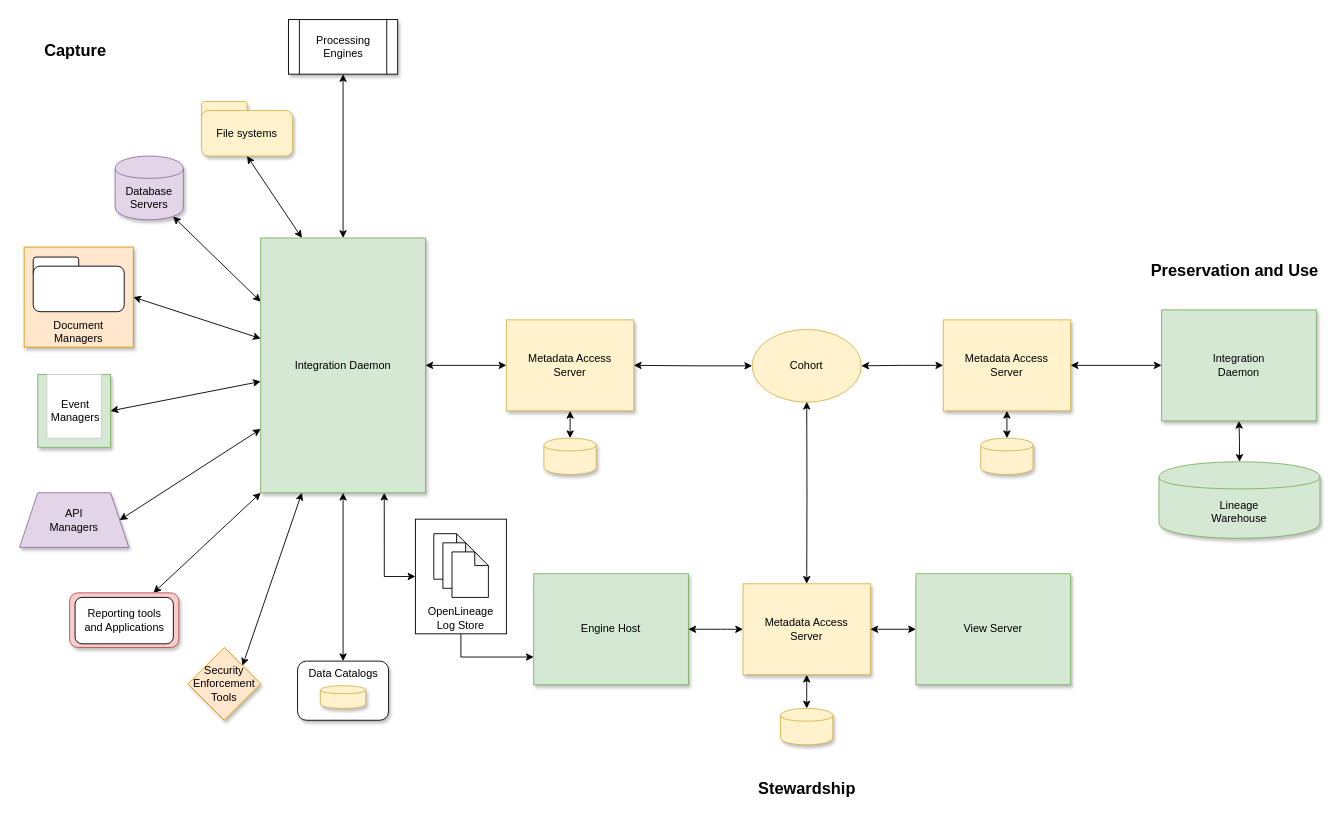
This is page "architecture" (2 of 12) of site/docs/features/lineage-management/lineage.drawio from odpi/egeria-docs, a draw.io file, before an edit. Source tidied: cells renumbered, new cells numbered last; positions are measured from the earlier drawing's top-left corner, leaving out a move shared by most shapes. Both pictures are drawn from the tidied source at 91%, with x=0, y=0 at pixel (19, 19).
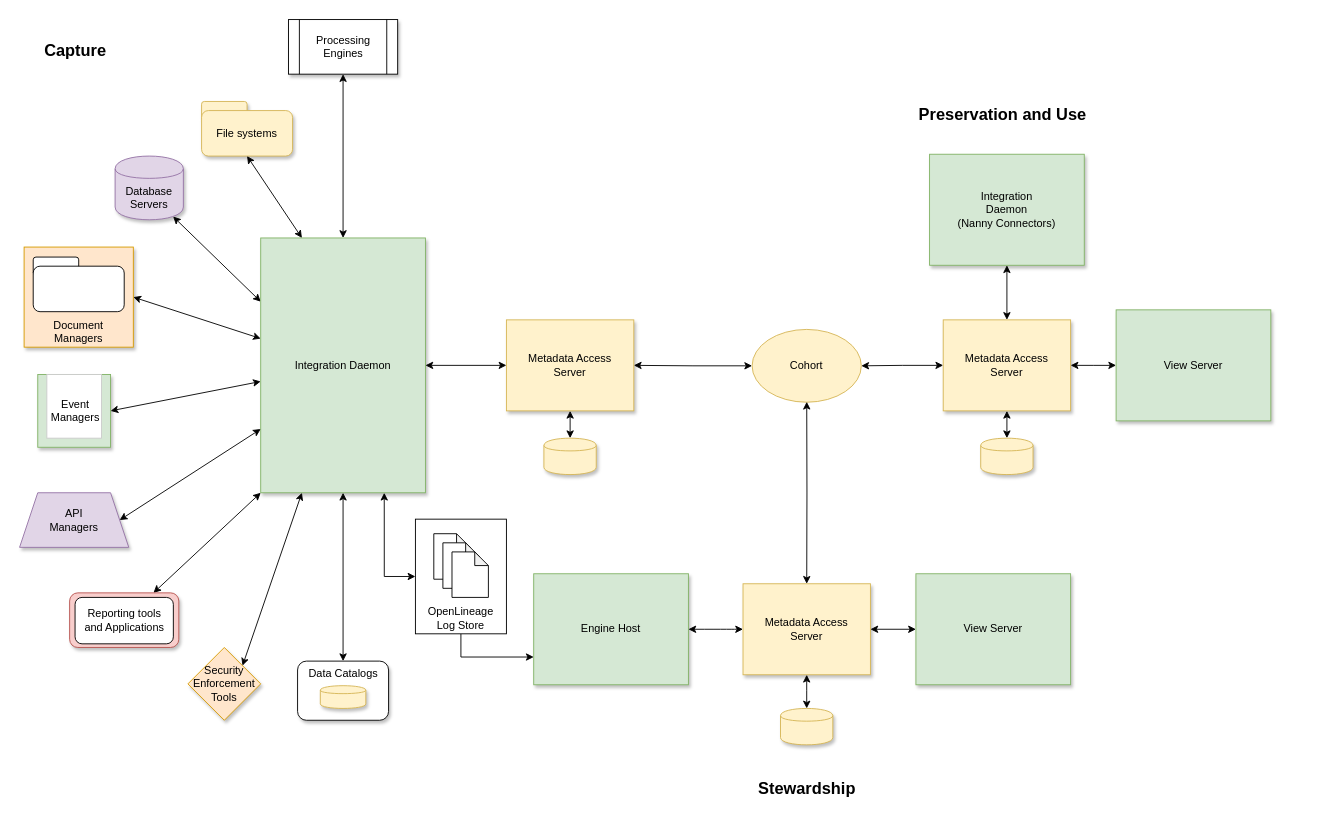
Above is the later version.

Change to the diagram source:
```diff
@@
-    <mxCell id="43" value="Integration&lt;div&gt;Daemon&lt;/div&gt;" style="rounded=0;whiteSpace=wrap;html=1;verticalAlign=middle;fillColor=#d5e8d4;strokeColor=#82b366;shadow=1;" parent="1" vertex="1">
-      <mxGeometry x="1255" y="319" width="170" height="122" as="geometry" />
+    <mxCell id="43" value="Integration&lt;div&gt;Daemon&lt;/div&gt;&lt;div&gt;(Nanny Connectors)&lt;/div&gt;" style="rounded=0;whiteSpace=wrap;html=1;verticalAlign=middle;fillColor=#d5e8d4;strokeColor=#82b366;shadow=1;" parent="1" vertex="1">
+      <mxGeometry x="1000" y="148" width="170" height="122" as="geometry" />
     </mxCell>
-    <mxCell id="44" style="edgeStyle=orthogonalEdgeStyle;rounded=0;jettySize=auto;html=1;entryX=0.5;entryY=1;entryDx=0;entryDy=0;startArrow=classic;startFill=1;" parent="1" edge="1" source="45">
-      <mxGeometry relative="1" as="geometry">
-        <mxPoint x="1340" y="441" as="targetPoint" />
-      </mxGeometry>
-    </mxCell>
-    <mxCell id="45" value="Lineage&lt;div&gt;Warehouse&lt;/div&gt;" style="shape=cylinder;whiteSpace=wrap;html=1;boundedLbl=1;backgroundOutline=1;fillColor=#d5e8d4;strokeColor=#82b366;shadow=1;" parent="1" vertex="1">
-      <mxGeometry x="1252.1" y="486" width="176.9" height="84" as="geometry" />
-    </mxCell>
@@
     <mxCell id="54" value="Preservation and Use" style="text;html=1;align=center;verticalAlign=middle;strokeColor=none;fontSize=18;fontStyle=1;" parent="1" vertex="1">
-      <mxGeometry x="1235" y="261" width="200" height="30" as="geometry" />
+      <mxGeometry x="980" y="90" width="200" height="30" as="geometry" />
     </mxCell>
@@
+    <mxCell id="62" style="edgeStyle=orthogonalEdgeStyle;rounded=0;jettySize=auto;html=1;exitX=0;exitY=0.5;exitDx=0;exitDy=0;startArrow=classic;startFill=1;" parent="1" edge="1" source="63">
+      <mxGeometry relative="1" as="geometry">
+        <mxPoint x="1155" y="380" as="targetPoint" />
+      </mxGeometry>
+    </mxCell>
+    <mxCell id="63" value="View Server" style="rounded=0;whiteSpace=wrap;html=1;verticalAlign=middle;fillColor=#d5e8d4;strokeColor=#82b366;shadow=1;" parent="1" vertex="1">
+      <mxGeometry x="1205" y="319" width="170" height="122" as="geometry" />
+    </mxCell>
```
